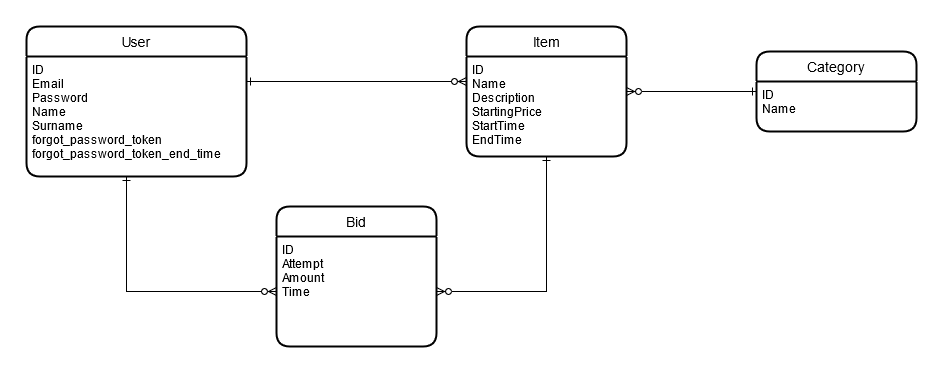
Above: database/ER Diagram.png in beep101/auctionAppBackend (draw.io), before the change. Source tidied: cells renumbered, new cells last; positions are measured from the earlier drawing's top-left corner, leaving out a move shared by most shapes.
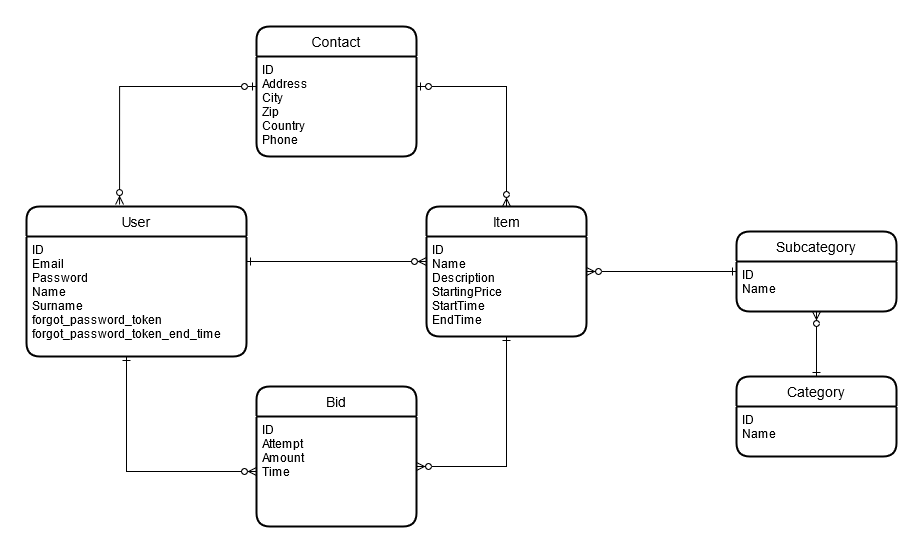
The same file after the commit.

Diff of the diagram source:
```diff
@@ -3,13 +3,13 @@
     <mxCell id="0" />
     <mxCell id="1" parent="0" />
     <mxCell id="2" value="User" style="swimlane;horizontal=1;startSize=30;rounded=1;fontSize=14;fontStyle=0;strokeWidth=2;shadow=0;dashed=0;align=center;" parent="1" vertex="1">
-      <mxGeometry width="220" height="150" as="geometry" />
+      <mxGeometry x="20" width="220" height="150" as="geometry" />
     </mxCell>
     <mxCell id="3" value="ID&#10;Email&#10;Password&#10;Name&#10;Surname&#10;forgot_password_token&#10;forgot_password_token_end_time&#10;&#10;&#10;" style="align=left;strokeColor=none;fillColor=none;spacingLeft=4;fontSize=12;verticalAlign=top;" parent="2" vertex="1">
       <mxGeometry y="30" width="220" height="120" as="geometry" />
     </mxCell>
     <mxCell id="4" value="Item" style="swimlane;horizontal=1;startSize=30;rounded=1;fontSize=14;fontStyle=0;strokeWidth=2;shadow=0;dashed=0;align=center;" parent="1" vertex="1">
-      <mxGeometry x="440" width="160" height="130" as="geometry" />
+      <mxGeometry x="420" width="160" height="130" as="geometry" />
     </mxCell>
     <mxCell id="5" value="ID&#10;Name&#10;Description&#10;StartingPrice&#10;StartTime&#10;EndTime&#10;" style="align=left;strokeColor=none;fillColor=none;spacingLeft=4;fontSize=12;verticalAlign=top;" parent="4" vertex="1">
       <mxGeometry y="30" width="160" height="100" as="geometry" />
@@ -29,23 +29,56 @@
       <mxGeometry y="30" width="160" height="110" as="geometry" />
     </mxCell>
     <mxCell id="9" style="edgeStyle=orthogonalEdgeStyle;rounded=0;jettySize=auto;html=1;startArrow=ERzeroToMany;startFill=1;endArrow=ERone;endFill=0;" parent="1" edge="1" source="8" target="4">
-      <mxGeometry relative="1" as="geometry" />
+      <mxGeometry relative="1" as="geometry">
+        <Array as="points">
+          <mxPoint x="500" y="260" />
+        </Array>
+      </mxGeometry>
     </mxCell>
     <mxCell id="10" style="edgeStyle=orthogonalEdgeStyle;rounded=0;jettySize=auto;html=1;entryX=0;entryY=0.5;entryDx=0;entryDy=0;startArrow=ERone;startFill=0;endArrow=ERzeroToMany;endFill=1;" parent="1" edge="1" source="3" target="8">
       <mxGeometry relative="1" as="geometry">
         <Array as="points">
-          <mxPoint x="100" y="265" />
+          <mxPoint x="120" y="265" />
         </Array>
       </mxGeometry>
     </mxCell>
     <mxCell id="11" style="edgeStyle=orthogonalEdgeStyle;rounded=0;jettySize=auto;html=1;endArrow=ERzeroToMany;endFill=1;startArrow=ERone;startFill=0;" parent="1" edge="1" source="12" target="4">
       <mxGeometry relative="1" as="geometry" />
     </mxCell>
-    <mxCell id="12" value="Category" style="swimlane;horizontal=1;startSize=30;rounded=1;fontSize=14;fontStyle=0;strokeWidth=2;shadow=0;dashed=0;align=center;" parent="1" vertex="1">
+    <mxCell id="12" value="Subcategory" style="swimlane;horizontal=1;startSize=30;rounded=1;fontSize=14;fontStyle=0;strokeWidth=2;shadow=0;dashed=0;align=center;" parent="1" vertex="1">
       <mxGeometry x="730" y="25" width="160" height="80" as="geometry" />
     </mxCell>
     <mxCell id="13" value="ID&#10;Name&#10;" style="align=left;strokeColor=none;fillColor=none;spacingLeft=4;fontSize=12;verticalAlign=top;" parent="12" vertex="1">
       <mxGeometry y="30" width="160" height="50" as="geometry" />
     </mxCell>
+    <mxCell id="14" value="Contact" style="swimlane;horizontal=1;startSize=30;rounded=1;fontSize=14;fontStyle=0;strokeWidth=2;shadow=0;dashed=0;align=center;" parent="1" vertex="1">
+      <mxGeometry x="250" y="-180" width="160" height="130" as="geometry" />
+    </mxCell>
+    <mxCell id="15" value="ID&#10;Address&#10;City&#10;Zip&#10;Country&#10;Phone&#10;&#10;&#10;&#10;" style="align=left;strokeColor=none;fillColor=none;spacingLeft=4;fontSize=12;verticalAlign=top;" parent="14" vertex="1">
+      <mxGeometry y="30" width="160" height="100" as="geometry" />
+    </mxCell>
+    <mxCell id="16" style="edgeStyle=orthogonalEdgeStyle;rounded=0;jettySize=auto;html=1;entryX=0.423;entryY=-0.013;entryDx=0;entryDy=0;endArrow=ERzeroToMany;endFill=1;startArrow=ERzeroToOne;startFill=1;entryPerimeter=0;" parent="1" edge="1" source="15" target="2">
+      <mxGeometry relative="1" as="geometry">
+        <Array as="points">
+          <mxPoint x="113" y="-120" />
+        </Array>
+      </mxGeometry>
+    </mxCell>
+    <mxCell id="17" style="edgeStyle=orthogonalEdgeStyle;rounded=0;jettySize=auto;html=1;startArrow=ERzeroToOne;startFill=1;endArrow=ERzeroToMany;endFill=1;" parent="1" edge="1" source="15" target="4">
+      <mxGeometry relative="1" as="geometry">
+        <Array as="points">
+          <mxPoint x="500" y="-120" />
+        </Array>
+      </mxGeometry>
+    </mxCell>
+    <mxCell id="18" value="Category" style="swimlane;horizontal=1;startSize=30;rounded=1;fontSize=14;fontStyle=0;strokeWidth=2;shadow=0;dashed=0;align=center;" parent="1" vertex="1">
+      <mxGeometry x="730" y="170" width="160" height="80" as="geometry" />
+    </mxCell>
+    <mxCell id="19" value="ID&#10;Name&#10;" style="align=left;strokeColor=none;fillColor=none;spacingLeft=4;fontSize=12;verticalAlign=top;" parent="18" vertex="1">
+      <mxGeometry y="30" width="160" height="50" as="geometry" />
+    </mxCell>
+    <mxCell id="20" style="edgeStyle=orthogonalEdgeStyle;rounded=0;jettySize=auto;html=1;startArrow=ERone;startFill=0;endArrow=ERzeroToMany;endFill=1;entryX=0.5;entryY=1;entryDx=0;entryDy=0;" parent="1" edge="1" source="18" target="13">
+      <mxGeometry relative="1" as="geometry" />
+    </mxCell>
   </root>
 </mxGraphModel>
```
